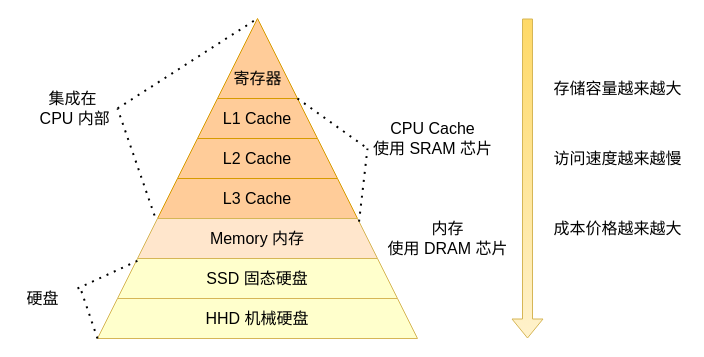
This is 操作系统/存储结构/存储器的层次关系图.drawio from xiaolincoder/ImageHost2, a draw.io file, before an edit. Source tidied: cells renumbered, new cells numbered last; positions are measured from the earlier drawing's top-left corner, leaving out a move shared by most shapes. Both pictures are drawn from the tidied source at 100%, with x=0, y=0 at pixel (17, 18).
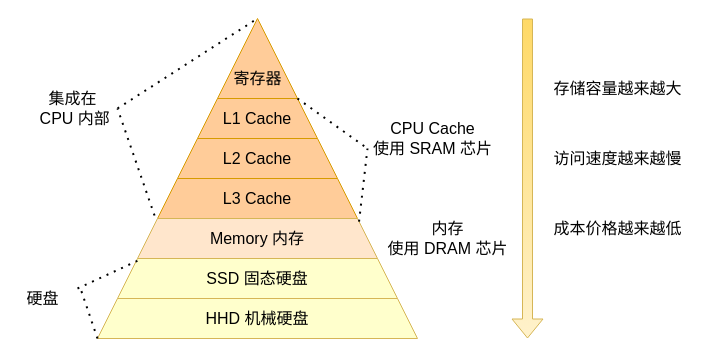
The same page after the edit.

Commit message:
更新存储器的层次关系图.drawio

Diff of the diagram source:
```diff
@@
-    <mxCell id="11" value="成本价格越来越大" style="text;html=1;align=center;verticalAlign=middle;fontSize=16;" parent="1" vertex="1">
+    <mxCell id="11" value="成本价格越来越低" style="text;html=1;align=center;verticalAlign=middle;fontSize=16;" parent="1" vertex="1">
       <mxGeometry x="530" y="200" width="140" height="20" as="geometry" />
     </mxCell>
```
